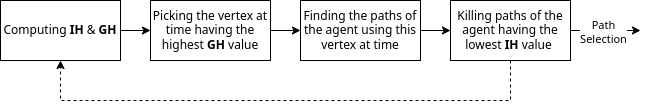
Earlier version of the draw.io export img/simple_heatmap_value.drawio.png (owrel/plan-merging-report). Source tidied: cells renumbered, new cells last; positions are measured from the earlier drawing's top-left corner, leaving out a move shared by most shapes. The source it was exported from:
```xml
<mxGraphModel>
  <root>
    <mxCell id="0" />
    <mxCell id="1" parent="0" />
    <mxCell id="2" style="edgeStyle=orthogonalEdgeStyle;rounded=0;jettySize=auto;html=1;" parent="1" edge="1" source="3" target="5">
      <mxGeometry relative="1" as="geometry" />
    </mxCell>
    <mxCell id="3" value="Computing &lt;b&gt;IH&lt;/b&gt;&lt;i style=&quot;font-weight: bold;&quot;&gt;&amp;nbsp;&lt;/i&gt;&amp;amp; &lt;b&gt;GH&lt;/b&gt;" style="rounded=0;whiteSpace=wrap;html=1;" parent="1" vertex="1">
      <mxGeometry width="120" height="60" as="geometry" />
    </mxCell>
    <mxCell id="4" style="edgeStyle=orthogonalEdgeStyle;rounded=0;jettySize=auto;html=1;" parent="1" edge="1" source="5" target="7">
      <mxGeometry relative="1" as="geometry" />
    </mxCell>
    <mxCell id="5" value="Picking the vertex at time having the highest &lt;b&gt;GH&lt;/b&gt; value" style="rounded=0;whiteSpace=wrap;html=1;" parent="1" vertex="1">
      <mxGeometry x="150" width="120" height="60" as="geometry" />
    </mxCell>
    <mxCell id="6" style="edgeStyle=orthogonalEdgeStyle;rounded=0;jettySize=auto;html=1;" parent="1" edge="1" source="7" target="9">
      <mxGeometry relative="1" as="geometry" />
    </mxCell>
    <mxCell id="7" value="Finding the paths of the agent using this vertex at time" style="whiteSpace=wrap;html=1;rounded=0;" parent="1" vertex="1">
      <mxGeometry x="300" width="120" height="60" as="geometry" />
    </mxCell>
    <mxCell id="8" style="edgeStyle=orthogonalEdgeStyle;rounded=0;jettySize=auto;html=1;dashed=1;entryX=0.5;entryY=1;entryDx=0;entryDy=0;" parent="1" edge="1" source="9" target="3">
      <mxGeometry relative="1" as="geometry">
        <Array as="points">
          <mxPoint x="510" y="100" />
          <mxPoint x="60" y="100" />
        </Array>
      </mxGeometry>
    </mxCell>
    <mxCell id="9" value="Killing paths of the agent having the lowest &lt;b&gt;IH&lt;/b&gt; value&amp;nbsp;" style="whiteSpace=wrap;html=1;rounded=0;" parent="1" vertex="1">
      <mxGeometry x="450" width="120" height="60" as="geometry" />
    </mxCell>
    <mxCell id="10" style="endArrow=classic;html=1;rounded=0;exitX=1;exitY=0.5;exitDx=0;exitDy=0;" parent="1" edge="1" source="9">
      <mxGeometry relative="1" as="geometry">
        <mxPoint x="640" y="30" as="targetPoint" />
      </mxGeometry>
    </mxCell>
    <mxCell id="11" value="Path&lt;br&gt;Selection" style="edgeLabel;html=1;align=center;verticalAlign=middle;" parent="10" vertex="1">
      <mxGeometry x="-0.09" y="-2" relative="1" as="geometry">
        <mxPoint y="-2" as="offset" />
      </mxGeometry>
    </mxCell>
  </root>
</mxGraphModel>
```
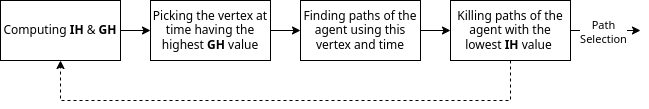
After the commit.

The edit, as a diff of the source:
```diff
@@ -17,7 +17,7 @@
     <mxCell id="6" style="edgeStyle=orthogonalEdgeStyle;rounded=0;jettySize=auto;html=1;" parent="1" edge="1" source="7" target="9">
       <mxGeometry relative="1" as="geometry" />
     </mxCell>
-    <mxCell id="7" value="Finding the paths of the agent using this vertex at time" style="whiteSpace=wrap;html=1;rounded=0;" parent="1" vertex="1">
+    <mxCell id="7" value="Finding paths of the agent using this vertex and time" style="whiteSpace=wrap;html=1;rounded=0;" parent="1" vertex="1">
       <mxGeometry x="300" width="120" height="60" as="geometry" />
     </mxCell>
     <mxCell id="8" style="edgeStyle=orthogonalEdgeStyle;rounded=0;jettySize=auto;html=1;dashed=1;entryX=0.5;entryY=1;entryDx=0;entryDy=0;" parent="1" edge="1" source="9" target="3">
@@ -28,7 +28,7 @@
         </Array>
       </mxGeometry>
     </mxCell>
-    <mxCell id="9" value="Killing paths of the agent having the lowest &lt;b&gt;IH&lt;/b&gt; value&amp;nbsp;" style="whiteSpace=wrap;html=1;rounded=0;" parent="1" vertex="1">
+    <mxCell id="9" value="Killing paths of the agent with the lowest &lt;b&gt;IH&lt;/b&gt; value&amp;nbsp;" style="whiteSpace=wrap;html=1;rounded=0;" parent="1" vertex="1">
       <mxGeometry x="450" width="120" height="60" as="geometry" />
     </mxCell>
     <mxCell id="10" style="endArrow=classic;html=1;rounded=0;exitX=1;exitY=0.5;exitDx=0;exitDy=0;" parent="1" edge="1" source="9">
```
